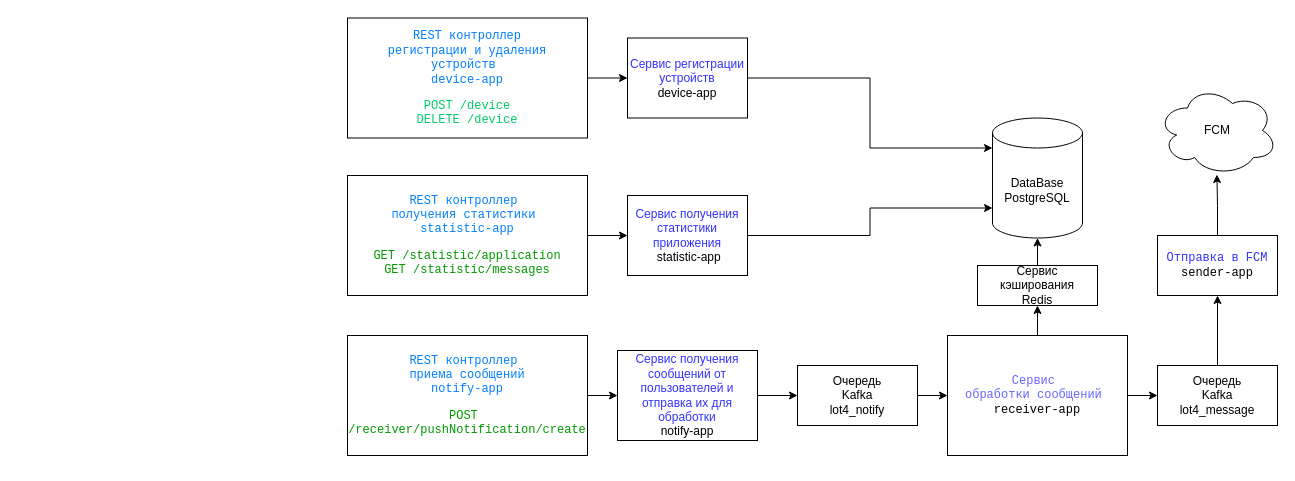
cherepakhin/lot4 keeps this draw.io diagram as doc/diag.drawio. Above is the earlier version. Source tidied: cells renumbered, new cells numbered last; positions are measured from the earlier drawing's top-left corner, leaving out a move shared by most shapes. Both pictures are drawn from the tidied source at 100%, with x=0, y=0 at pixel (347, 17).
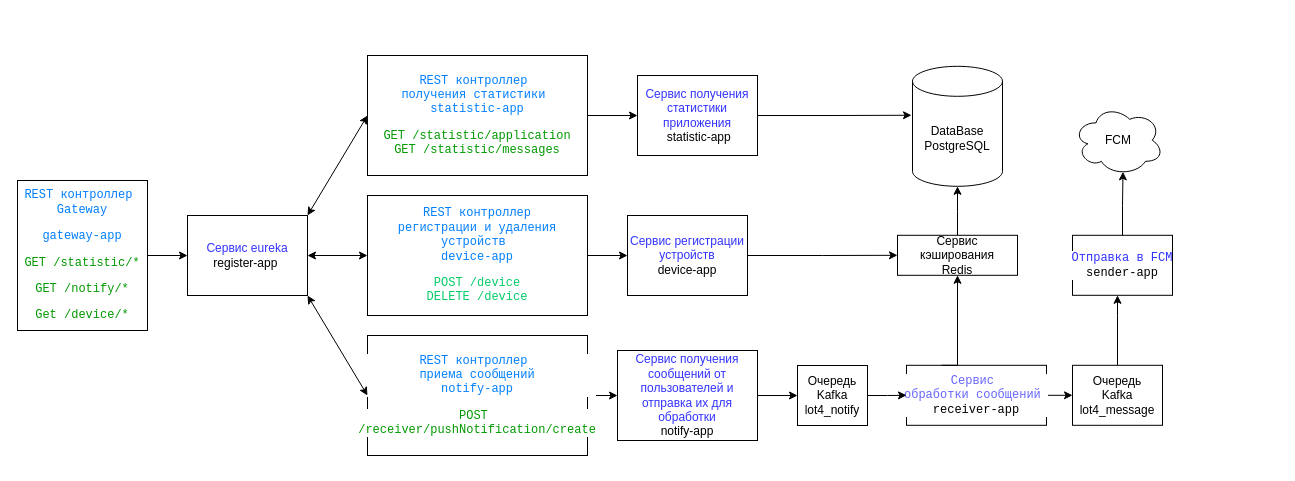
Above is the later version.

Diff of the diagram source:
```diff
@@
     <mxCell id="3" value="&lt;pre style=&quot;background-color: rgb(255 , 255 , 255) ; font-family: &amp;#34;liberation mono&amp;#34; , monospace&quot;&gt;&lt;font color=&quot;#007fff&quot;&gt;REST контроллер&lt;br&gt;регистрации и удаления&lt;br&gt;устройств &lt;br&gt;device-app&lt;/font&gt;&lt;/pre&gt;&lt;pre style=&quot;background-color: rgb(255 , 255 , 255) ; font-family: &amp;#34;liberation mono&amp;#34; , monospace&quot;&gt;&lt;pre style=&quot;font-family: &amp;#34;liberation mono&amp;#34; , monospace&quot;&gt;&lt;font color=&quot;#00cc66&quot;&gt;POST /device&lt;br/&gt;DELETE /device&lt;/font&gt;&lt;/pre&gt;&lt;/pre&gt;" style="rounded=0;whiteSpace=wrap;html=1;" parent="1" vertex="1">
-      <mxGeometry y="0.5" width="240" height="120" as="geometry" />
+      <mxGeometry x="20" y="178" width="220" height="120" as="geometry" />
     </mxCell>
@@
     <mxCell id="5" value="&lt;pre style=&quot;background-color: rgb(255 , 255 , 255) ; font-family: &amp;#34;liberation mono&amp;#34; , monospace&quot;&gt;&lt;font color=&quot;#6666ff&quot;&gt;Сервис &lt;br&gt;обработки сообщений&lt;/font&gt;&lt;font color=&quot;#007fff&quot;&gt; &lt;br&gt;&lt;/font&gt;receiver-app&lt;/pre&gt;" style="rounded=0;whiteSpace=wrap;html=1;" parent="1" vertex="1">
-      <mxGeometry x="600" y="318" width="180" height="120" as="geometry" />
+      <mxGeometry x="559" y="347.8" width="140" height="60" as="geometry" />
     </mxCell>
     <mxCell id="6" value="DataBase&lt;br&gt;PostgreSQL" style="shape=cylinder3;whiteSpace=wrap;html=1;boundedLbl=1;backgroundOutline=1;size=15;" parent="1" vertex="1">
-      <mxGeometry x="645" y="100.5" width="90" height="120" as="geometry" />
+      <mxGeometry x="565" y="48.8" width="90" height="120" as="geometry" />
     </mxCell>
     <mxCell id="7" style="edgeStyle=orthogonalEdgeStyle;rounded=0;jettySize=auto;html=1;exitX=0.5;exitY=0;exitDx=0;exitDy=0;" parent="1" edge="1" source="8" target="11">
-      <mxGeometry relative="1" as="geometry" />
+      <mxGeometry relative="1" as="geometry">
+        <Array as="points">
+          <mxPoint x="770" y="297.8" />
+          <mxPoint x="770" y="297.8" />
+        </Array>
+      </mxGeometry>
     </mxCell>
     <mxCell id="8" value="Очередь&lt;br&gt;Kafka&lt;br&gt;lot4_message" style="rounded=0;whiteSpace=wrap;html=1;" parent="1" vertex="1">
-      <mxGeometry x="810" y="348" width="120" height="60" as="geometry" />
+      <mxGeometry x="725" y="347.8" width="90" height="60" as="geometry" />
     </mxCell>
     <mxCell id="9" value="FCM" style="ellipse;shape=cloud;whiteSpace=wrap;html=1;" parent="1" vertex="1">
-      <mxGeometry x="810" y="68" width="120" height="90" as="geometry" />
+      <mxGeometry x="726" y="87.8" width="90" height="70" as="geometry" />
     </mxCell>
-    <mxCell id="10" style="edgeStyle=orthogonalEdgeStyle;rounded=0;jettySize=auto;html=1;exitX=0.5;exitY=0;exitDx=0;exitDy=0;entryX=0.495;entryY=0.989;entryDx=0;entryDy=0;entryPerimeter=0;" parent="1" edge="1" source="11" target="9">
+    <mxCell id="10" style="edgeStyle=orthogonalEdgeStyle;rounded=0;jettySize=auto;html=1;exitX=0.5;exitY=0;exitDx=0;exitDy=0;entryX=0.55;entryY=0.95;entryDx=0;entryDy=0;entryPerimeter=0;" parent="1" edge="1" source="11" target="9">
       <mxGeometry relative="1" as="geometry" />
     </mxCell>
     <mxCell id="11" value="&lt;pre style=&quot;background-color: rgb(255 , 255 , 255) ; font-family: &amp;#34;liberation mono&amp;#34; , monospace&quot;&gt;&lt;font color=&quot;#3333ff&quot;&gt;Отправка в FCM&lt;/font&gt;&lt;font color=&quot;#006dcc&quot;&gt;&lt;br&gt;&lt;/font&gt;sender-app&lt;/pre&gt;" style="rounded=0;whiteSpace=wrap;html=1;" parent="1" vertex="1">
-      <mxGeometry x="810" y="218" width="120" height="60" as="geometry" />
+      <mxGeometry x="725" y="217.8" width="100" height="60" as="geometry" />
     </mxCell>
@@
     <mxCell id="13" value="&lt;pre style=&quot;background-color: rgb(255 , 255 , 255) ; font-family: &amp;#34;liberation mono&amp;#34; , monospace&quot;&gt;&lt;font color=&quot;#007fff&quot;&gt;REST контроллер &lt;br&gt;получения статистики &lt;br&gt;statistic-app&lt;/font&gt;&lt;/pre&gt;&lt;pre style=&quot;background-color: rgb(255 , 255 , 255) ; font-family: &amp;#34;liberation mono&amp;#34; , monospace&quot;&gt;&lt;font color=&quot;#009900&quot;&gt;GET /statistic/application&lt;br/&gt;&lt;font style=&quot;white-space: normal&quot;&gt;GET &lt;/font&gt;&lt;span style=&quot;white-space: normal&quot;&gt;/statistic/messages&lt;/span&gt;&lt;/font&gt;&lt;/pre&gt;" style="rounded=0;whiteSpace=wrap;html=1;direction=south;" parent="1" vertex="1">
-      <mxGeometry y="158" width="240" height="120" as="geometry" />
+      <mxGeometry x="20" y="38" width="220" height="120" as="geometry" />
     </mxCell>
@@
     <mxCell id="15" value="&lt;pre style=&quot;background-color: rgb(255 , 255 , 255) ; font-family: &amp;#34;liberation mono&amp;#34; , monospace&quot;&gt;&lt;font color=&quot;#007fff&quot;&gt;REST контроллер &lt;br&gt;приема сообщений&lt;br&gt;notify-app&lt;/font&gt;&lt;/pre&gt;&lt;pre style=&quot;background-color: rgb(255 , 255 , 255) ; font-family: &amp;#34;liberation mono&amp;#34; , monospace&quot;&gt;&lt;font color=&quot;#009900&quot;&gt;POST &lt;br&gt;/receiver/pushNotification/create&lt;/font&gt;&lt;/pre&gt;" style="rounded=0;whiteSpace=wrap;html=1;direction=south;" parent="1" vertex="1">
-      <mxGeometry y="318" width="240" height="120" as="geometry" />
+      <mxGeometry x="20" y="318" width="220" height="120" as="geometry" />
     </mxCell>
-    <mxCell id="16" style="edgeStyle=orthogonalEdgeStyle;rounded=0;jettySize=auto;html=1;exitX=1;exitY=0.5;exitDx=0;exitDy=0;entryX=0;entryY=0.5;entryDx=0;entryDy=0;" parent="1" edge="1" source="17" target="5">
+    <mxCell id="16" style="edgeStyle=orthogonalEdgeStyle;rounded=0;jettySize=auto;html=1;exitX=1;exitY=0.5;exitDx=0;exitDy=0;" parent="1" edge="1" source="17" target="5">
       <mxGeometry relative="1" as="geometry" />
     </mxCell>
     <mxCell id="17" value="Очередь&lt;br&gt;Kafka&lt;br&gt;lot4_notify" style="rounded=0;whiteSpace=wrap;html=1;" parent="1" vertex="1">
-      <mxGeometry x="450" y="348" width="120" height="60" as="geometry" />
+      <mxGeometry x="450" y="348" width="70" height="60" as="geometry" />
     </mxCell>
@@
-    <mxCell id="21" style="edgeStyle=orthogonalEdgeStyle;rounded=0;jettySize=auto;html=1;exitX=1;exitY=0.5;exitDx=0;exitDy=0;entryX=0;entryY=0.25;entryDx=0;entryDy=0;" parent="1" edge="1" source="22" target="6">
-      <mxGeometry relative="1" as="geometry" />
-    </mxCell>
+    <mxCell id="28" style="edgeStyle=orthogonalEdgeStyle;rounded=0;jettySize=auto;html=1;exitX=1;exitY=0.5;exitDx=0;exitDy=0;entryX=0;entryY=0.5;entryDx=0;entryDy=0;" parent="1" edge="1" source="22" target="27">
+      <mxGeometry relative="1" as="geometry" />
+    </mxCell>
     <mxCell id="22" value="&lt;font color=&quot;#3333ff&quot;&gt;Сервис регистрации устройств&lt;/font&gt;&lt;br&gt;device-app" style="rounded=0;whiteSpace=wrap;html=1;" parent="1" vertex="1">
-      <mxGeometry x="280" y="20.5" width="120" height="80" as="geometry" />
+      <mxGeometry x="280" y="198" width="120" height="80" as="geometry" />
     </mxCell>
-    <mxCell id="23" style="edgeStyle=orthogonalEdgeStyle;rounded=0;jettySize=auto;html=1;exitX=1;exitY=0.5;exitDx=0;exitDy=0;entryX=0;entryY=0.75;entryDx=0;entryDy=0;" parent="1" edge="1" source="24" target="6">
+    <mxCell id="23" style="edgeStyle=orthogonalEdgeStyle;rounded=0;jettySize=auto;html=1;exitX=1;exitY=0.5;exitDx=0;exitDy=0;entryX=-0.011;entryY=0.408;entryDx=0;entryDy=0;entryPerimeter=0;" parent="1" edge="1" source="24" target="6">
       <mxGeometry relative="1" as="geometry" />
     </mxCell>
     <mxCell id="24" value="&lt;font color=&quot;#3333ff&quot;&gt;Сервис получения статистики приложения&lt;br&gt;&lt;/font&gt;&amp;nbsp;statistic-app" style="rounded=0;whiteSpace=wrap;html=1;" parent="1" vertex="1">
-      <mxGeometry x="280" y="178" width="120" height="80" as="geometry" />
+      <mxGeometry x="290" y="58" width="120" height="80" as="geometry" />
     </mxCell>
-    <mxCell id="25" style="edgeStyle=orthogonalEdgeStyle;rounded=0;jettySize=auto;html=1;startArrow=classic;startFill=1;endArrow=none;endFill=0;" parent="1" edge="1" source="27" target="5">
-      <mxGeometry relative="1" as="geometry" />
+    <mxCell id="25" style="edgeStyle=orthogonalEdgeStyle;rounded=0;jettySize=auto;html=1;startArrow=classic;startFill=1;endArrow=none;endFill=0;entryX=0.25;entryY=0;entryDx=0;entryDy=0;" parent="1" edge="1" source="27" target="5">
+      <mxGeometry relative="1" as="geometry">
+        <Array as="points">
+          <mxPoint x="610" y="347.8" />
+        </Array>
+      </mxGeometry>
     </mxCell>
-    <mxCell id="26" style="edgeStyle=orthogonalEdgeStyle;rounded=0;jettySize=auto;html=1;" parent="1" edge="1" source="27" target="6">
-      <mxGeometry relative="1" as="geometry" />
+    <mxCell id="26" style="edgeStyle=orthogonalEdgeStyle;rounded=0;jettySize=auto;html=1;" parent="1" edge="1" source="27">
+      <mxGeometry relative="1" as="geometry">
+        <mxPoint x="610" y="168.8" as="targetPoint" />
+      </mxGeometry>
     </mxCell>
     <mxCell id="27" value="Сервис кэширования &lt;br&gt;Redis" style="rounded=0;whiteSpace=wrap;html=1;" parent="1" vertex="1">
-      <mxGeometry x="630" y="248" width="120" height="40" as="geometry" />
+      <mxGeometry x="550" y="217.8" width="120" height="40" as="geometry" />
     </mxCell>
+    <mxCell id="29" style="edgeStyle=orthogonalEdgeStyle;rounded=0;jettySize=auto;html=1;exitX=0.5;exitY=0;exitDx=0;exitDy=0;entryX=0;entryY=0.5;entryDx=0;entryDy=0;" parent="1" edge="1" source="30" target="33">
+      <mxGeometry relative="1" as="geometry" />
+    </mxCell>
+    <mxCell id="30" value="&lt;pre style=&quot;background-color: rgb(255 , 255 , 255) ; font-family: &amp;#34;liberation mono&amp;#34; , monospace&quot;&gt;&lt;font color=&quot;#007fff&quot;&gt;REST контроллер &lt;br&gt;Gateway&lt;/font&gt;&lt;/pre&gt;&lt;pre style=&quot;background-color: rgb(255 , 255 , 255) ; font-family: &amp;#34;liberation mono&amp;#34; , monospace&quot;&gt;&lt;font color=&quot;#007fff&quot;&gt;gateway-app&lt;/font&gt;&lt;/pre&gt;&lt;pre style=&quot;background-color: rgb(255 , 255 , 255) ; font-family: &amp;#34;liberation mono&amp;#34; , monospace&quot;&gt;&lt;font color=&quot;#009900&quot;&gt;GET /statistic/*&lt;/font&gt;&lt;/pre&gt;&lt;pre style=&quot;background-color: rgb(255 , 255 , 255) ; font-family: &amp;#34;liberation mono&amp;#34; , monospace&quot;&gt;&lt;font color=&quot;#009900&quot;&gt;&lt;font style=&quot;white-space: normal&quot;&gt;GET &lt;/font&gt;&lt;span style=&quot;white-space: normal&quot;&gt;/notify/*&lt;/span&gt;&lt;/font&gt;&lt;/pre&gt;&lt;pre style=&quot;background-color: rgb(255 , 255 , 255) ; font-family: &amp;#34;liberation mono&amp;#34; , monospace&quot;&gt;&lt;font color=&quot;#009900&quot;&gt;&lt;span style=&quot;white-space: normal&quot;&gt;Get /device/*&lt;/span&gt;&lt;/font&gt;&lt;/pre&gt;" style="rounded=0;whiteSpace=wrap;html=1;direction=south;" parent="1" vertex="1">
+      <mxGeometry x="-330" y="163" width="130" height="150" as="geometry" />
+    </mxCell>
+    <mxCell id="31" style="endArrow=classic;startArrow=classic;html=1;exitX=1;exitY=0;exitDx=0;exitDy=0;entryX=0.5;entryY=1;entryDx=0;entryDy=0;" parent="1" edge="1" source="33" target="13">
+      <mxGeometry relative="1" as="geometry" />
+    </mxCell>
+    <mxCell id="32" style="endArrow=classic;startArrow=classic;html=1;entryX=0.5;entryY=1;entryDx=0;entryDy=0;exitX=1;exitY=1;exitDx=0;exitDy=0;" parent="1" edge="1" source="33" target="15">
+      <mxGeometry relative="1" as="geometry" />
+    </mxCell>
+    <mxCell id="33" value="&lt;font color=&quot;#3333ff&quot;&gt;Сервис&amp;nbsp;eureka&lt;/font&gt;&lt;br&gt;register-app&lt;font color=&quot;#3333ff&quot;&gt;&amp;nbsp;&lt;/font&gt;" style="rounded=0;whiteSpace=wrap;html=1;" parent="1" vertex="1">
+      <mxGeometry x="-160" y="198" width="120" height="80" as="geometry" />
+    </mxCell>
+    <mxCell id="34" style="endArrow=classic;startArrow=classic;html=1;exitX=1;exitY=0.5;exitDx=0;exitDy=0;entryX=0;entryY=0.5;entryDx=0;entryDy=0;" parent="1" edge="1" source="33" target="3">
+      <mxGeometry relative="1" as="geometry" />
+    </mxCell>
```
